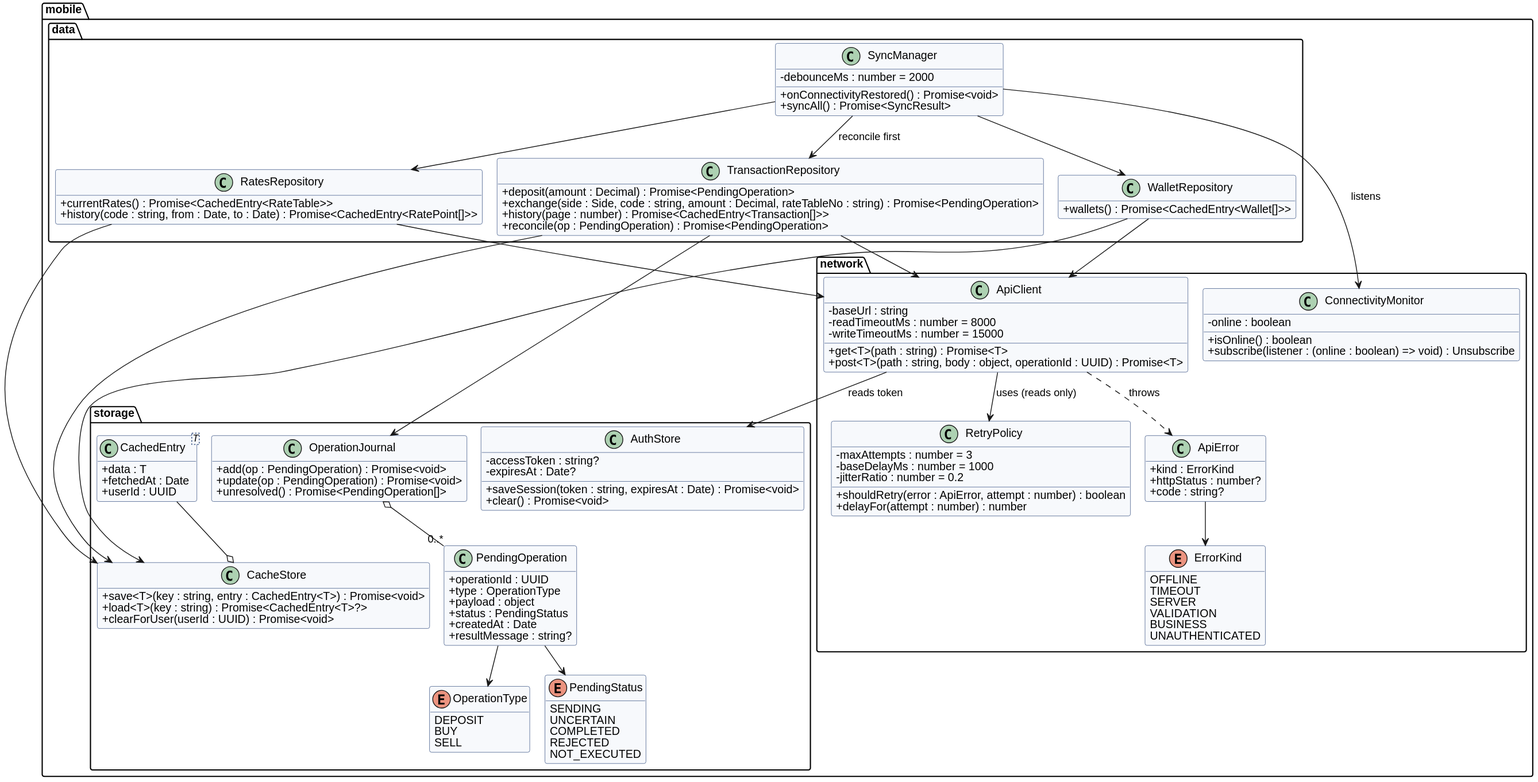
Before: docs/M1/diagrams/svg/class-mobile.svg, a diagram exported from PlantUML (hasanmertyilmaz/currency-exchange-hmy).
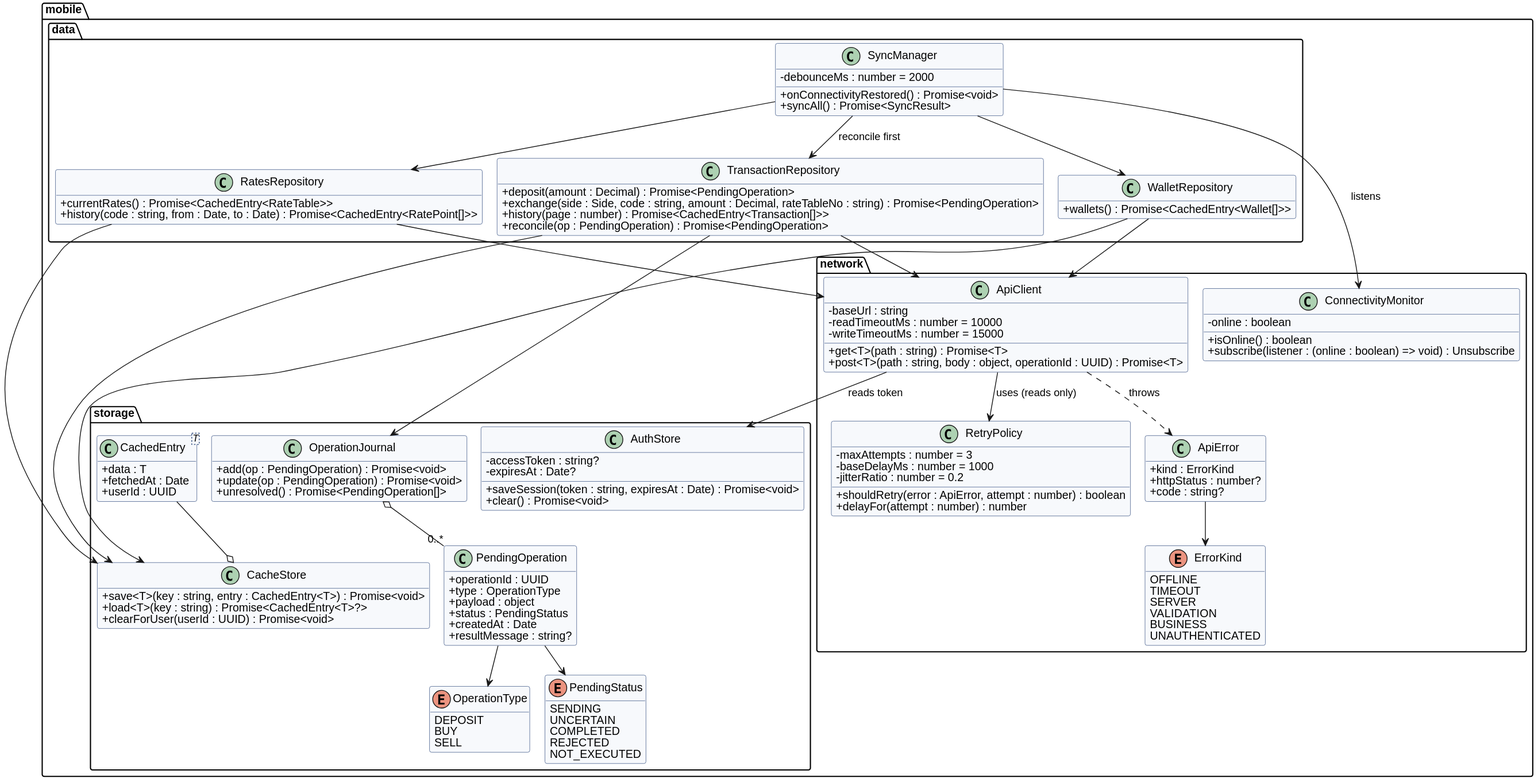
The same file after the commit.

What changed in the source:
```diff
@@ -12,7 +12,7 @@
 package "mobile.network" {
   class ApiClient {
     - baseUrl : string
-    - readTimeoutMs : number = 8000
+    - readTimeoutMs : number = 10000
     - writeTimeoutMs : number = 15000
     + get<T>(path : string) : Promise<T>
     + post<T>(path : string, body : object, operationId : UUID) : Promise<T>
```
